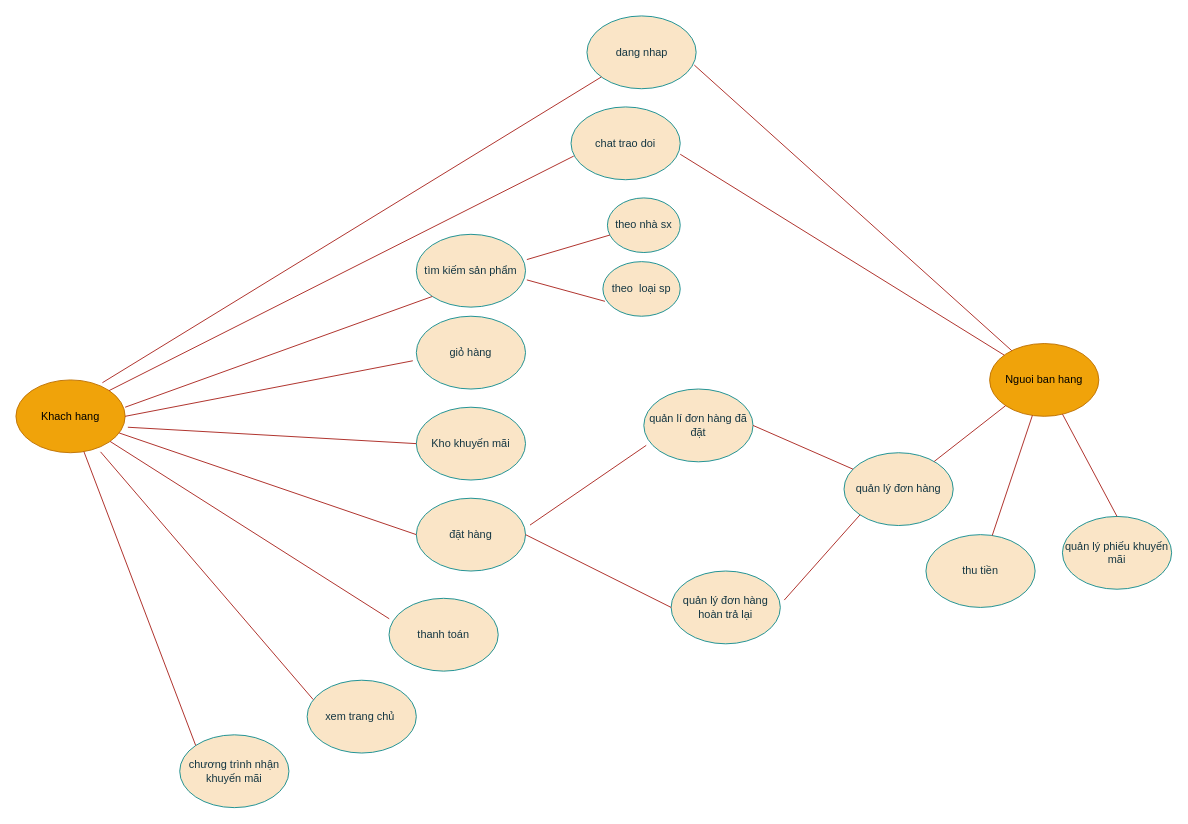
The draw.io diagram code_java/baitap/out/production/baitap/day18/Untitled Diagram.drawio in hovien2201/C0123G1-HoVien-Module2, before the edit. Source tidied: cells renumbered, new cells numbered last; positions are measured from the earlier drawing's top-left corner, leaving out a move shared by most shapes. Both pictures are drawn from the tidied source at 91%, with x=0, y=0 at pixel (15, 15).
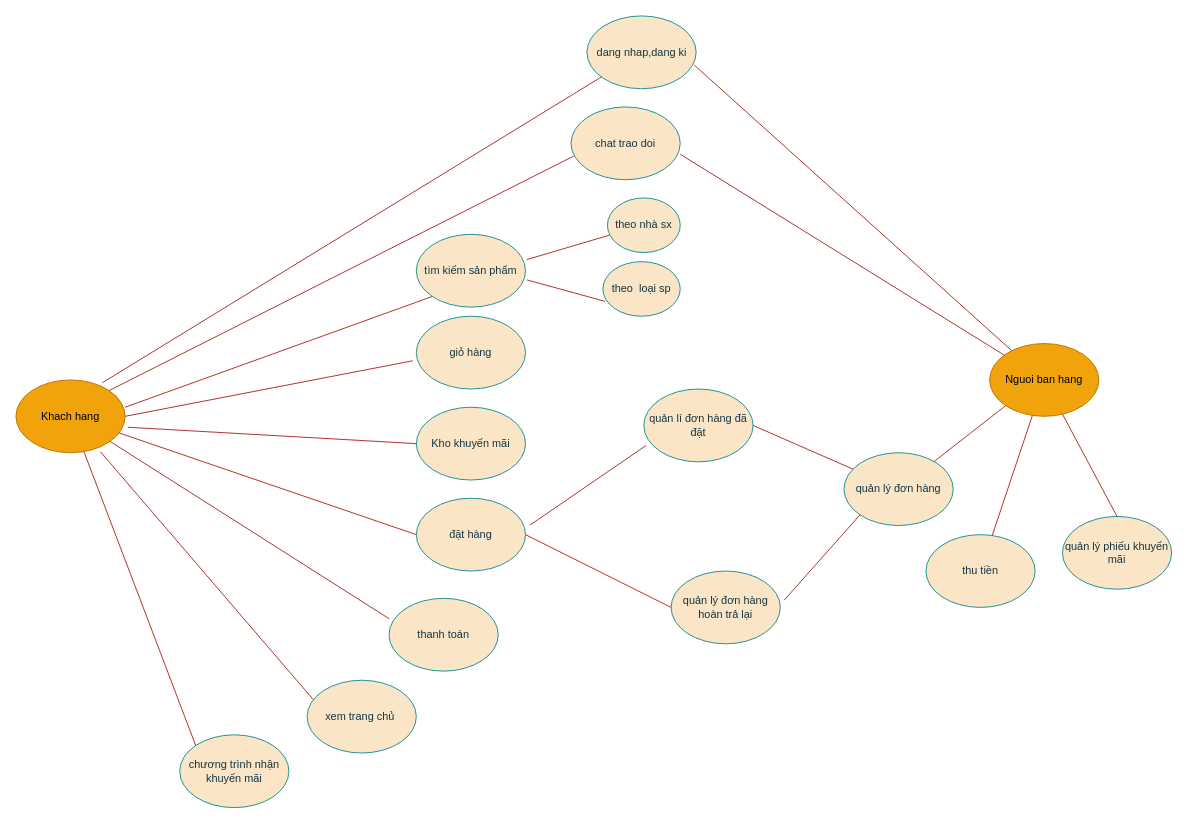
The same page after the edit.

The edit, as a diff of the source:
```diff
@@
-    <mxCell id="4" value="dang nhap" style="ellipse;whiteSpace=wrap;html=1;rounded=0;labelBackgroundColor=none;fillColor=#FAE5C7;strokeColor=#0F8B8D;fontColor=#143642;" parent="1" vertex="1">
+    <mxCell id="4" value="dang nhap,dang ki" style="ellipse;whiteSpace=wrap;html=1;rounded=0;labelBackgroundColor=none;fillColor=#FAE5C7;strokeColor=#0F8B8D;fontColor=#143642;" parent="1" vertex="1">
       <mxGeometry x="627.5" width="120" height="80" as="geometry" />
     </mxCell>
```
